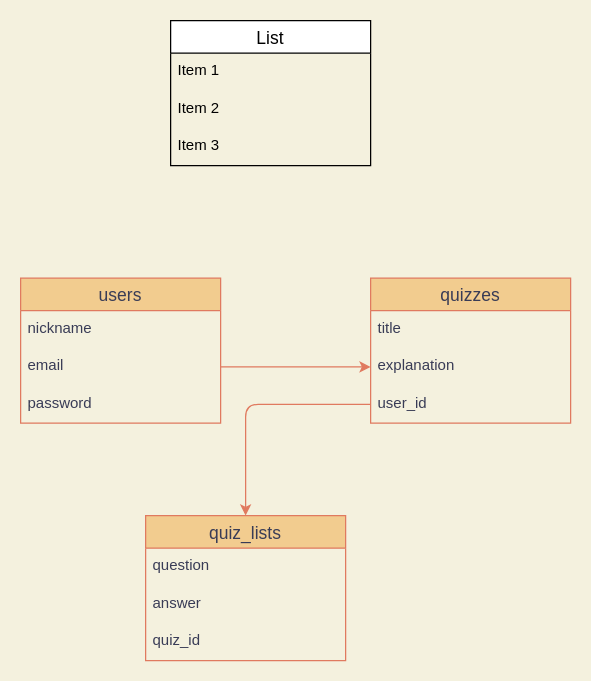
This is config/db.dio from t262g/your-typing, a draw.io file, before an edit. Source tidied: cells renumbered, new cells numbered last; positions are measured from the earlier drawing's top-left corner, leaving out a move shared by most shapes. Both pictures are drawn from the tidied source at 125%, with x=0, y=0 at pixel (20, 20).
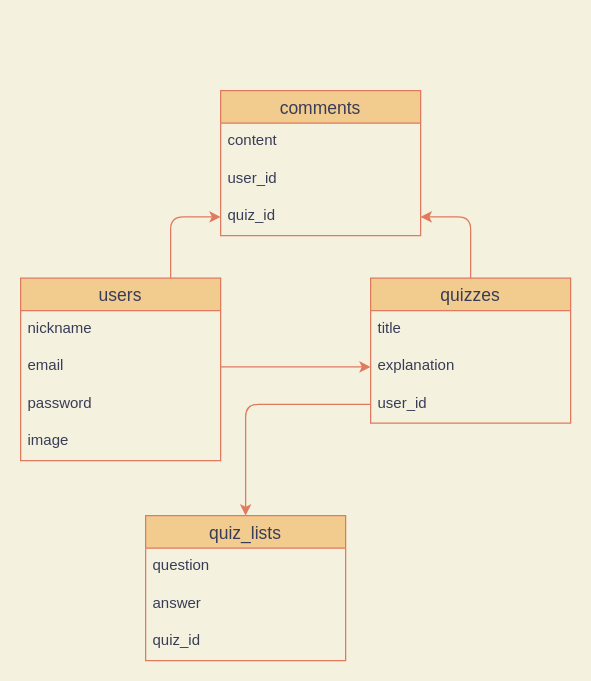
After the change.

Unchanged cells that the change refers to:
```xml
<mxCell id="4" value="email" style="text;strokeColor=none;fillColor=none;spacingLeft=4;spacingRight=4;overflow=hidden;points=[[0,0.5],[1,0.5]];portConstraint=eastwest;fontSize=12;fontColor=#393C56;" parent="2" vertex="1">
  <mxGeometry y="56" width="160" height="30" as="geometry" />
</mxCell>
<mxCell id="6" value="quizzes" style="swimlane;fontStyle=0;horizontal=1;startSize=26;align=center;fontSize=14;fillColor=#F2CC8F;strokeColor=#E07A5F;fontColor=#393C56;" parent="1" vertex="1">
  <mxGeometry x="280" y="206" width="160" height="116" as="geometry" />
</mxCell>
<mxCell id="8" value="explanation" style="text;strokeColor=none;fillColor=none;spacingLeft=4;spacingRight=4;overflow=hidden;points=[[0,0.5],[1,0.5]];portConstraint=eastwest;fontSize=12;fontColor=#393C56;" parent="6" vertex="1">
  <mxGeometry y="56" width="160" height="30" as="geometry" />
</mxCell>
<mxCell id="9" value="user_id" style="text;strokeColor=none;fillColor=none;spacingLeft=4;spacingRight=4;overflow=hidden;points=[[0,0.5],[1,0.5]];portConstraint=eastwest;fontSize=12;fontColor=#393C56;" parent="6" vertex="1">
  <mxGeometry y="86" width="160" height="30" as="geometry" />
</mxCell>
<mxCell id="10" value="quiz_lists" style="swimlane;fontStyle=0;horizontal=1;startSize=26;align=center;fontSize=14;fillColor=#F2CC8F;strokeColor=#E07A5F;fontColor=#393C56;" parent="1" vertex="1">
  <mxGeometry x="100" y="396" width="160" height="116" as="geometry" />
</mxCell>
```

What changed in the source:
```diff
@@
+    <mxCell id="20" style="edgeStyle=orthogonalEdgeStyle;curved=0;rounded=1;sketch=0;jettySize=auto;html=1;exitX=0.75;exitY=0;exitDx=0;exitDy=0;entryX=0;entryY=0.5;entryDx=0;entryDy=0;strokeColor=#E07A5F;fillColor=#F2CC8F;fontColor=#393C56;" parent="1" edge="1" source="2" target="25">
+      <mxGeometry relative="1" as="geometry" />
+    </mxCell>
     <mxCell id="2" value="users" style="swimlane;fontStyle=0;horizontal=1;startSize=26;align=center;fontSize=14;fillColor=#F2CC8F;strokeColor=#E07A5F;fontColor=#393C56;" parent="1" vertex="1">
-      <mxGeometry y="206" width="160" height="116" as="geometry" />
+      <mxGeometry y="206" width="160" height="146" as="geometry" />
     </mxCell>
@@
+    <mxCell id="21" value="image" style="text;strokeColor=none;fillColor=none;spacingLeft=4;spacingRight=4;overflow=hidden;fontSize=12;fontColor=#393C56;" parent="2" vertex="1">
+      <mxGeometry y="116" width="160" height="30" as="geometry" />
+    </mxCell>
+    <mxCell id="22" style="edgeStyle=orthogonalEdgeStyle;curved=0;rounded=1;sketch=0;jettySize=auto;html=1;exitX=0.5;exitY=0;exitDx=0;exitDy=0;entryX=1;entryY=0.5;entryDx=0;entryDy=0;strokeColor=#E07A5F;fillColor=#F2CC8F;fontColor=#393C56;" parent="1" edge="1" source="6" target="25">
+      <mxGeometry relative="1" as="geometry" />
+    </mxCell>
@@
-    <mxCell id="14" style="edgeStyle=orthogonalEdgeStyle;curved=0;rounded=1;sketch=0;jettySize=auto;html=1;exitX=1;exitY=0.5;exitDx=0;exitDy=0;entryX=0;entryY=0.5;entryDx=0;entryDy=0;strokeColor=#E07A5F;fillColor=#F2CC8F;fontColor=#393C56;" parent="1" edge="1" source="4" target="8">
+    <mxCell id="14" style="edgeStyle=orthogonalEdgeStyle;curved=0;rounded=1;sketch=0;jettySize=auto;html=1;exitX=1;exitY=0.5;exitDx=0;exitDy=0;entryX=0;entryY=0.5;entryDx=0;entryDy=0;strokeColor=#E07A5F;fillColor=#F2CC8F;fontColor=#393C56;labelBackgroundColor=#F4F1DE;" parent="1" edge="1" source="4" target="8">
       <mxGeometry relative="1" as="geometry" />
     </mxCell>
-    <mxCell id="15" style="edgeStyle=orthogonalEdgeStyle;curved=0;rounded=1;sketch=0;jettySize=auto;html=1;exitX=0;exitY=0.5;exitDx=0;exitDy=0;strokeColor=#E07A5F;fillColor=#F2CC8F;fontColor=#393C56;" parent="1" edge="1" source="9" target="10">
+    <mxCell id="15" style="edgeStyle=orthogonalEdgeStyle;curved=0;rounded=1;sketch=0;jettySize=auto;html=1;exitX=0;exitY=0.5;exitDx=0;exitDy=0;strokeColor=#E07A5F;fillColor=#F2CC8F;fontColor=#393C56;labelBackgroundColor=#F4F1DE;" parent="1" edge="1" source="9" target="10">
       <mxGeometry relative="1" as="geometry" />
     </mxCell>
-    <mxCell id="16" value="List" style="swimlane;fontStyle=0;horizontal=1;startSize=26;align=center;fontSize=14;" parent="1" vertex="1">
-      <mxGeometry x="120" width="160" height="116" as="geometry" />
-    </mxCell>
-    <mxCell id="17" value="Item 1" style="text;strokeColor=none;fillColor=none;spacingLeft=4;spacingRight=4;overflow=hidden;fontSize=12;" parent="16" vertex="1">
-      <mxGeometry y="26" width="160" height="30" as="geometry" />
-    </mxCell>
-    <mxCell id="18" value="Item 2" style="text;strokeColor=none;fillColor=none;spacingLeft=4;spacingRight=4;overflow=hidden;fontSize=12;" parent="16" vertex="1">
-      <mxGeometry y="56" width="160" height="30" as="geometry" />
-    </mxCell>
-    <mxCell id="19" value="Item 3" style="text;strokeColor=none;fillColor=none;spacingLeft=4;spacingRight=4;overflow=hidden;fontSize=12;" parent="16" vertex="1">
-      <mxGeometry y="86" width="160" height="30" as="geometry" />
+    <mxCell id="19" value="comments" style="swimlane;fontStyle=0;horizontal=1;startSize=26;align=center;fontSize=14;fillColor=#F2CC8F;strokeColor=#E07A5F;fontColor=#393C56;" parent="1" vertex="1">
+      <mxGeometry x="160" y="56" width="160" height="116" as="geometry" />
     </mxCell>
+    <mxCell id="23" value="content" style="text;strokeColor=none;fillColor=none;spacingLeft=4;spacingRight=4;overflow=hidden;fontSize=12;fontColor=#393C56;" parent="19" vertex="1">
+      <mxGeometry y="26" width="160" height="30" as="geometry" />
+    </mxCell>
+    <mxCell id="24" value="user_id" style="text;strokeColor=none;fillColor=none;spacingLeft=4;spacingRight=4;overflow=hidden;fontSize=12;fontColor=#393C56;" parent="19" vertex="1">
+      <mxGeometry y="56" width="160" height="30" as="geometry" />
+    </mxCell>
+    <mxCell id="25" value="quiz_id" style="text;strokeColor=none;fillColor=none;spacingLeft=4;spacingRight=4;overflow=hidden;points=[[0,0.5],[1,0.5]];portConstraint=eastwest;fontSize=12;fontColor=#393C56;" parent="19" vertex="1">
+      <mxGeometry y="86" width="160" height="30" as="geometry" />
+    </mxCell>
```
